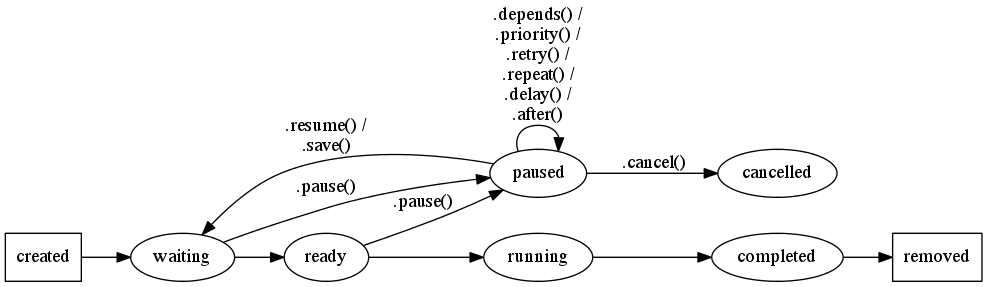
Above: doc/pause-states.dot.cairo.png in vsivsi/meteor-job (Graphviz), before the change. Its source is kept beside it as doc/pause-states.dot.
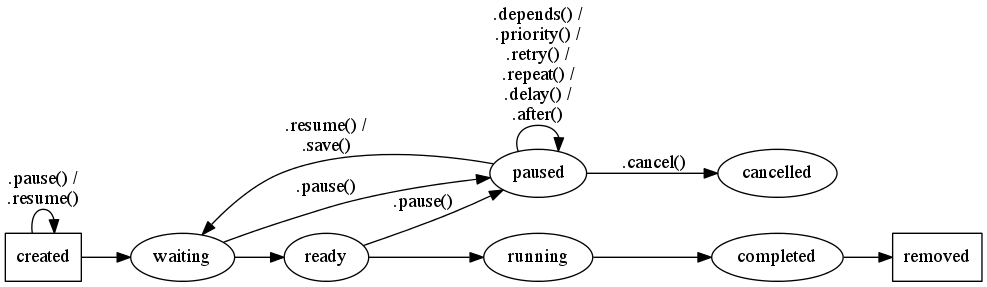
Later version of the same file.

Commit message:
Update state diagrams for .pause/.resume of unsaved jobs and restart --> rerun in the all states dot

Diff of the diagram source:
```diff
@@ -10,6 +10,7 @@
   completed;
   removed [shape=box];
   created -> waiting [weight=100.0];
+  created -> created [label=".pause() /\n.resume()"]
   waiting -> ready [weight=100.0];
   ready -> running [weight=100.0];
   running -> completed [weight=100.0];
```
